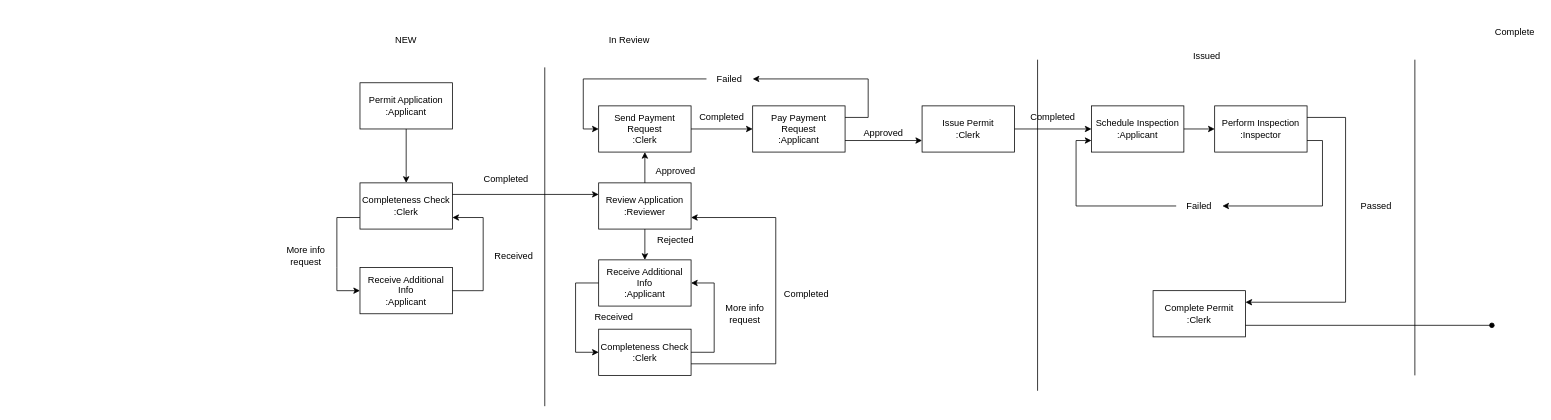
Earlier version of the draw.io diagram Workflow.drawio (Nicklepops/Workflow). Source tidied: cells renumbered, new cells numbered last; positions are measured from the earlier drawing's top-left corner, leaving out a move shared by most shapes. Both pictures are drawn from the tidied source at 77%, with x=0, y=0 at pixel (283, 21).
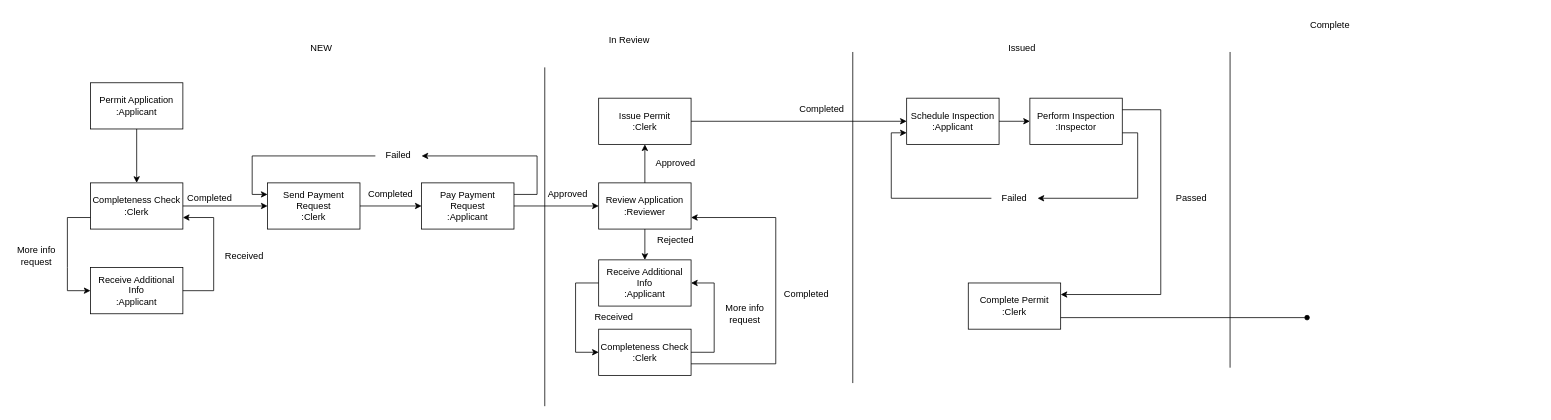
The same page after the edit.

The change refers to these unchanged cells:
```xml
<mxCell id="15" value="Review Application&lt;br&gt;:Reviewer" style="rounded=0;whiteSpace=wrap;html=1;" parent="1" vertex="1">
  <mxGeometry x="410" y="210" width="120" height="60" as="geometry" />
</mxCell>
```

The edit, as a diff of the source:
```diff
@@
     <mxCell id="3" value="Permit Application&lt;br&gt;:Applicant" style="rounded=0;whiteSpace=wrap;html=1;" parent="1" vertex="1">
-      <mxGeometry x="100" y="80" width="120" height="60" as="geometry" />
+      <mxGeometry x="-250" y="80" width="120" height="60" as="geometry" />
     </mxCell>
     <mxCell id="4" style="endArrow=classic;html=1;rounded=0;exitX=0.5;exitY=1;exitDx=0;exitDy=0;" parent="1" edge="1" source="3">
       <mxGeometry relative="1" as="geometry">
-        <mxPoint x="160" y="210" as="targetPoint" />
+        <mxPoint x="-190" y="210" as="targetPoint" />
       </mxGeometry>
     </mxCell>
     <mxCell id="5" value="Completeness Check&lt;br&gt;:Clerk" style="rounded=0;whiteSpace=wrap;html=1;" parent="1" vertex="1">
-      <mxGeometry x="100" y="210" width="120" height="60" as="geometry" />
+      <mxGeometry x="-250" y="210" width="120" height="60" as="geometry" />
     </mxCell>
     <mxCell id="6" value="NEW" style="text;html=1;strokeColor=none;fillColor=none;align=center;verticalAlign=middle;whiteSpace=wrap;rounded=0;" parent="1" vertex="1">
-      <mxGeometry x="130" y="10" width="60" height="30" as="geometry" />
+      <mxGeometry x="20" y="20" width="60" height="30" as="geometry" />
     </mxCell>
     <mxCell id="7" style="endArrow=classic;html=1;rounded=0;exitX=0;exitY=0.75;exitDx=0;exitDy=0;" parent="1" edge="1" source="5">
       <mxGeometry relative="1" as="geometry">
-        <mxPoint x="100" y="350" as="targetPoint" />
+        <mxPoint x="-250" y="350" as="targetPoint" />
         <Array as="points">
-          <mxPoint x="70" y="255" />
-          <mxPoint x="70" y="320" />
-          <mxPoint x="70" y="350" />
+          <mxPoint x="-280" y="255" />
+          <mxPoint x="-280" y="320" />
+          <mxPoint x="-280" y="350" />
         </Array>
       </mxGeometry>
     </mxCell>
     <mxCell id="8" value="Receive Additional Info&lt;br&gt;:Applicant" style="rounded=0;whiteSpace=wrap;html=1;" parent="1" vertex="1">
-      <mxGeometry x="100" y="320" width="120" height="60" as="geometry" />
+      <mxGeometry x="-250" y="320" width="120" height="60" as="geometry" />
     </mxCell>
     <mxCell id="9" value="More info request" style="text;html=1;strokeColor=none;fillColor=none;align=center;verticalAlign=middle;whiteSpace=wrap;rounded=0;" parent="1" vertex="1">
-      <mxGeometry y="290" width="60" height="30" as="geometry" />
+      <mxGeometry x="-350" y="290" width="60" height="30" as="geometry" />
     </mxCell>
     <mxCell id="10" style="endArrow=classic;html=1;rounded=0;exitX=1;exitY=0.5;exitDx=0;exitDy=0;entryX=1;entryY=0.75;entryDx=0;entryDy=0;" parent="1" edge="1" source="8" target="5">
       <mxGeometry relative="1" as="geometry">
         <Array as="points">
-          <mxPoint x="260" y="350" />
-          <mxPoint x="260" y="255" />
+          <mxPoint x="-90" y="350" />
+          <mxPoint x="-90" y="255" />
         </Array>
       </mxGeometry>
     </mxCell>
     <mxCell id="11" value="Received" style="text;html=1;strokeColor=none;fillColor=none;align=center;verticalAlign=middle;whiteSpace=wrap;rounded=0;" parent="1" vertex="1">
-      <mxGeometry x="270" y="290" width="60" height="30" as="geometry" />
+      <mxGeometry x="-80" y="290" width="60" height="30" as="geometry" />
     </mxCell>
-    <mxCell id="12" style="endArrow=classic;html=1;rounded=0;exitX=1;exitY=0.25;exitDx=0;exitDy=0;" parent="1" edge="1" source="5">
-      <mxGeometry relative="1" as="geometry">
-        <mxPoint x="410" y="225" as="targetPoint" />
-      </mxGeometry>
-    </mxCell>
     <mxCell id="13" value="Completed" style="text;html=1;strokeColor=none;fillColor=none;align=center;verticalAlign=middle;whiteSpace=wrap;rounded=0;" parent="1" vertex="1">
-      <mxGeometry x="260" y="190" width="60" height="30" as="geometry" />
+      <mxGeometry x="-130" y="215" width="70" height="30" as="geometry" />
     </mxCell>
@@
-    <mxCell id="26" style="endArrow=classic;html=1;rounded=0;exitX=0.5;exitY=0;exitDx=0;exitDy=0;entryX=0.5;entryY=1;entryDx=0;entryDy=0;" parent="1" edge="1" source="15" target="28">
-      <mxGeometry relative="1" as="geometry" />
-    </mxCell>
     <mxCell id="27" value="Approved" style="text;html=1;strokeColor=none;fillColor=none;align=center;verticalAlign=middle;whiteSpace=wrap;rounded=0;" parent="1" vertex="1">
-      <mxGeometry x="480" y="180" width="60" height="30" as="geometry" />
+      <mxGeometry x="480" y="170" width="60" height="30" as="geometry" />
     </mxCell>
     <mxCell id="28" value="Send Payment Request&lt;br&gt;:Clerk" style="rounded=0;whiteSpace=wrap;html=1;" parent="1" vertex="1">
-      <mxGeometry x="410" y="110" width="120" height="60" as="geometry" />
+      <mxGeometry x="-20" y="210" width="120" height="60" as="geometry" />
     </mxCell>
     <mxCell id="29" value="Pay Payment Request&lt;br&gt;:Applicant" style="rounded=0;whiteSpace=wrap;html=1;" parent="1" vertex="1">
-      <mxGeometry x="610" y="110" width="120" height="60" as="geometry" />
+      <mxGeometry x="180" y="210" width="120" height="60" as="geometry" />
     </mxCell>
@@
     <mxCell id="32" value="Completed" style="text;html=1;strokeColor=none;fillColor=none;align=center;verticalAlign=middle;whiteSpace=wrap;rounded=0;" parent="1" vertex="1">
-      <mxGeometry x="540" y="110" width="60" height="30" as="geometry" />
+      <mxGeometry x="110" y="210" width="60" height="30" as="geometry" />
     </mxCell>
     <mxCell id="33" value="Failed" style="text;html=1;strokeColor=none;fillColor=none;align=center;verticalAlign=middle;whiteSpace=wrap;rounded=0;" parent="1" vertex="1">
-      <mxGeometry x="550" y="60" width="60" height="30" as="geometry" />
+      <mxGeometry x="120" y="159" width="60" height="30" as="geometry" />
     </mxCell>
-    <mxCell id="34" style="endArrow=classic;html=1;rounded=0;exitX=0;exitY=0.5;exitDx=0;exitDy=0;entryX=0;entryY=0.5;entryDx=0;entryDy=0;" parent="1" edge="1" source="33" target="28">
+    <mxCell id="34" style="endArrow=classic;html=1;rounded=0;exitX=0;exitY=0.5;exitDx=0;exitDy=0;entryX=0;entryY=0.25;entryDx=0;entryDy=0;" parent="1" edge="1" target="28">
       <mxGeometry relative="1" as="geometry">
+        <mxPoint x="120" y="175" as="sourcePoint" />
         <Array as="points">
-          <mxPoint x="390" y="75" />
-          <mxPoint x="390" y="140" />
+          <mxPoint x="-40" y="175" />
+          <mxPoint x="-40" y="225" />
         </Array>
       </mxGeometry>
     </mxCell>
-    <mxCell id="35" style="endArrow=classic;html=1;rounded=0;exitX=1;exitY=0.25;exitDx=0;exitDy=0;entryX=1;entryY=0.5;entryDx=0;entryDy=0;" parent="1" edge="1" source="29" target="33">
+    <mxCell id="35" style="endArrow=classic;html=1;rounded=0;exitX=1;exitY=0.25;exitDx=0;exitDy=0;entryX=1;entryY=0.5;entryDx=0;entryDy=0;" parent="1" edge="1" source="29">
       <mxGeometry relative="1" as="geometry">
+        <mxPoint x="180" y="175" as="targetPoint" />
         <Array as="points">
-          <mxPoint x="760" y="125" />
-          <mxPoint x="760" y="75" />
+          <mxPoint x="330" y="225" />
+          <mxPoint x="330" y="175" />
         </Array>
       </mxGeometry>
     </mxCell>
-    <mxCell id="36" style="endArrow=classic;html=1;rounded=0;exitX=1;exitY=0.75;exitDx=0;exitDy=0;entryX=0;entryY=0.75;entryDx=0;entryDy=0;" parent="1" edge="1" source="29" target="38">
-      <mxGeometry relative="1" as="geometry" />
-    </mxCell>
-    <mxCell id="37" value="Approved" style="text;html=1;strokeColor=none;fillColor=none;align=center;verticalAlign=middle;whiteSpace=wrap;rounded=0;" parent="1" vertex="1">
-      <mxGeometry x="750" y="130" width="60" height="30" as="geometry" />
-    </mxCell>
     <mxCell id="38" value="Issue Permit&lt;br&gt;:Clerk" style="rounded=0;whiteSpace=wrap;html=1;" parent="1" vertex="1">
-      <mxGeometry x="830" y="110" width="120" height="60" as="geometry" />
+      <mxGeometry x="410" y="100" width="120" height="60" as="geometry" />
     </mxCell>
     <mxCell id="39" style="endArrow=none;html=1;rounded=0;" parent="1" edge="1">
       <mxGeometry relative="1" as="geometry">
-        <mxPoint x="980" y="50" as="sourcePoint" />
-        <mxPoint x="980" y="480" as="targetPoint" />
+        <mxPoint x="740" y="40" as="sourcePoint" />
+        <mxPoint x="740" y="470" as="targetPoint" />
       </mxGeometry>
     </mxCell>
@@
     <mxCell id="41" value="Schedule Inspection&lt;br&gt;:Applicant" style="rounded=0;whiteSpace=wrap;html=1;" parent="1" vertex="1">
-      <mxGeometry x="1050" y="110" width="120" height="60" as="geometry" />
+      <mxGeometry x="810" y="100" width="120" height="60" as="geometry" />
     </mxCell>
     <mxCell id="42" value="Perform Inspection&lt;br&gt;:Inspector" style="rounded=0;whiteSpace=wrap;html=1;" parent="1" vertex="1">
-      <mxGeometry x="1210" y="110" width="120" height="60" as="geometry" />
+      <mxGeometry x="970" y="100" width="120" height="60" as="geometry" />
     </mxCell>
@@
     <mxCell id="44" style="endArrow=classic;html=1;rounded=0;exitX=1;exitY=0.75;exitDx=0;exitDy=0;entryX=1;entryY=0.5;entryDx=0;entryDy=0;" parent="1" edge="1" source="42" target="45">
       <mxGeometry relative="1" as="geometry">
         <Array as="points">
-          <mxPoint x="1350" y="155" />
-          <mxPoint x="1350" y="240" />
+          <mxPoint x="1110" y="145" />
+          <mxPoint x="1110" y="230" />
         </Array>
       </mxGeometry>
     </mxCell>
     <mxCell id="45" value="Failed" style="text;html=1;strokeColor=none;fillColor=none;align=center;verticalAlign=middle;whiteSpace=wrap;rounded=0;" parent="1" vertex="1">
-      <mxGeometry x="1160" y="225" width="60" height="30" as="geometry" />
+      <mxGeometry x="920" y="215" width="60" height="30" as="geometry" />
     </mxCell>
     <mxCell id="46" style="endArrow=classic;html=1;rounded=0;exitX=0;exitY=0.5;exitDx=0;exitDy=0;entryX=0;entryY=0.75;entryDx=0;entryDy=0;" parent="1" edge="1" source="45" target="41">
       <mxGeometry relative="1" as="geometry">
         <Array as="points">
-          <mxPoint x="1030" y="240" />
-          <mxPoint x="1030" y="155" />
+          <mxPoint x="790" y="230" />
+          <mxPoint x="790" y="145" />
         </Array>
       </mxGeometry>
     </mxCell>
     <mxCell id="47" value="Completed" style="text;html=1;strokeColor=none;fillColor=none;align=center;verticalAlign=middle;whiteSpace=wrap;rounded=0;" parent="1" vertex="1">
-      <mxGeometry x="970" y="110" width="60" height="30" as="geometry" />
+      <mxGeometry x="670" y="100" width="60" height="30" as="geometry" />
     </mxCell>
     <mxCell id="48" style="endArrow=classic;html=1;rounded=0;exitX=1;exitY=0.25;exitDx=0;exitDy=0;entryX=1;entryY=0.25;entryDx=0;entryDy=0;" parent="1" edge="1" source="42" target="49">
       <mxGeometry relative="1" as="geometry">
         <Array as="points">
-          <mxPoint x="1380" y="125" />
-          <mxPoint x="1380" y="365" />
+          <mxPoint x="1140" y="115" />
+          <mxPoint x="1140" y="355" />
         </Array>
       </mxGeometry>
     </mxCell>
     <mxCell id="49" value="Complete Permit&lt;br&gt;:Clerk" style="rounded=0;whiteSpace=wrap;html=1;" parent="1" vertex="1">
-      <mxGeometry x="1130" y="350" width="120" height="60" as="geometry" />
+      <mxGeometry x="890" y="340" width="120" height="60" as="geometry" />
     </mxCell>
     <mxCell id="50" value="Passed" style="text;html=1;strokeColor=none;fillColor=none;align=center;verticalAlign=middle;whiteSpace=wrap;rounded=0;" parent="1" vertex="1">
-      <mxGeometry x="1390" y="225" width="60" height="30" as="geometry" />
+      <mxGeometry x="1150" y="215" width="60" height="30" as="geometry" />
     </mxCell>
     <mxCell id="51" style="endArrow=oval;html=1;rounded=0;exitX=1;exitY=0.75;exitDx=0;exitDy=0;endFill=1;" parent="1" edge="1" source="49">
       <mxGeometry relative="1" as="geometry">
-        <mxPoint x="1570" y="395" as="targetPoint" />
+        <mxPoint x="1330" y="385" as="targetPoint" />
       </mxGeometry>
     </mxCell>
     <mxCell id="52" value="Issued" style="text;html=1;strokeColor=none;fillColor=none;align=center;verticalAlign=middle;whiteSpace=wrap;rounded=0;" parent="1" vertex="1">
-      <mxGeometry x="1170" y="30" width="60" height="30" as="geometry" />
+      <mxGeometry x="930" y="20" width="60" height="30" as="geometry" />
     </mxCell>
     <mxCell id="53" style="endArrow=none;html=1;rounded=0;" parent="1" edge="1">
       <mxGeometry relative="1" as="geometry">
-        <mxPoint x="1470" y="460" as="sourcePoint" />
-        <mxPoint x="1470" y="50" as="targetPoint" />
+        <mxPoint x="1230" y="450" as="sourcePoint" />
+        <mxPoint x="1230" y="40" as="targetPoint" />
       </mxGeometry>
     </mxCell>
     <mxCell id="54" value="Complete" style="text;html=1;strokeColor=none;fillColor=none;align=center;verticalAlign=middle;whiteSpace=wrap;rounded=0;" parent="1" vertex="1">
-      <mxGeometry x="1570" width="60" height="30" as="geometry" />
+      <mxGeometry x="1330" y="-10" width="60" height="30" as="geometry" />
     </mxCell>
+    <mxCell id="55" style="endArrow=classic;html=1;rounded=0;exitX=0.5;exitY=0;exitDx=0;exitDy=0;entryX=0.5;entryY=1;entryDx=0;entryDy=0;" parent="1" edge="1" source="15" target="38">
+      <mxGeometry relative="1" as="geometry" />
+    </mxCell>
+    <mxCell id="56" style="endArrow=classic;html=1;rounded=0;exitX=1;exitY=0.5;exitDx=0;exitDy=0;entryX=0;entryY=0.5;entryDx=0;entryDy=0;" parent="1" edge="1" source="5" target="28">
+      <mxGeometry relative="1" as="geometry" />
+    </mxCell>
+    <mxCell id="57" style="endArrow=classic;html=1;rounded=0;exitX=1;exitY=0.5;exitDx=0;exitDy=0;entryX=0;entryY=0.5;entryDx=0;entryDy=0;" parent="1" edge="1" source="29" target="15">
+      <mxGeometry relative="1" as="geometry" />
+    </mxCell>
+    <mxCell id="37" value="Approved" style="text;html=1;strokeColor=none;fillColor=none;align=center;verticalAlign=middle;whiteSpace=wrap;rounded=0;" parent="1" vertex="1">
+      <mxGeometry x="340" y="210" width="60" height="30" as="geometry" />
+    </mxCell>
```
